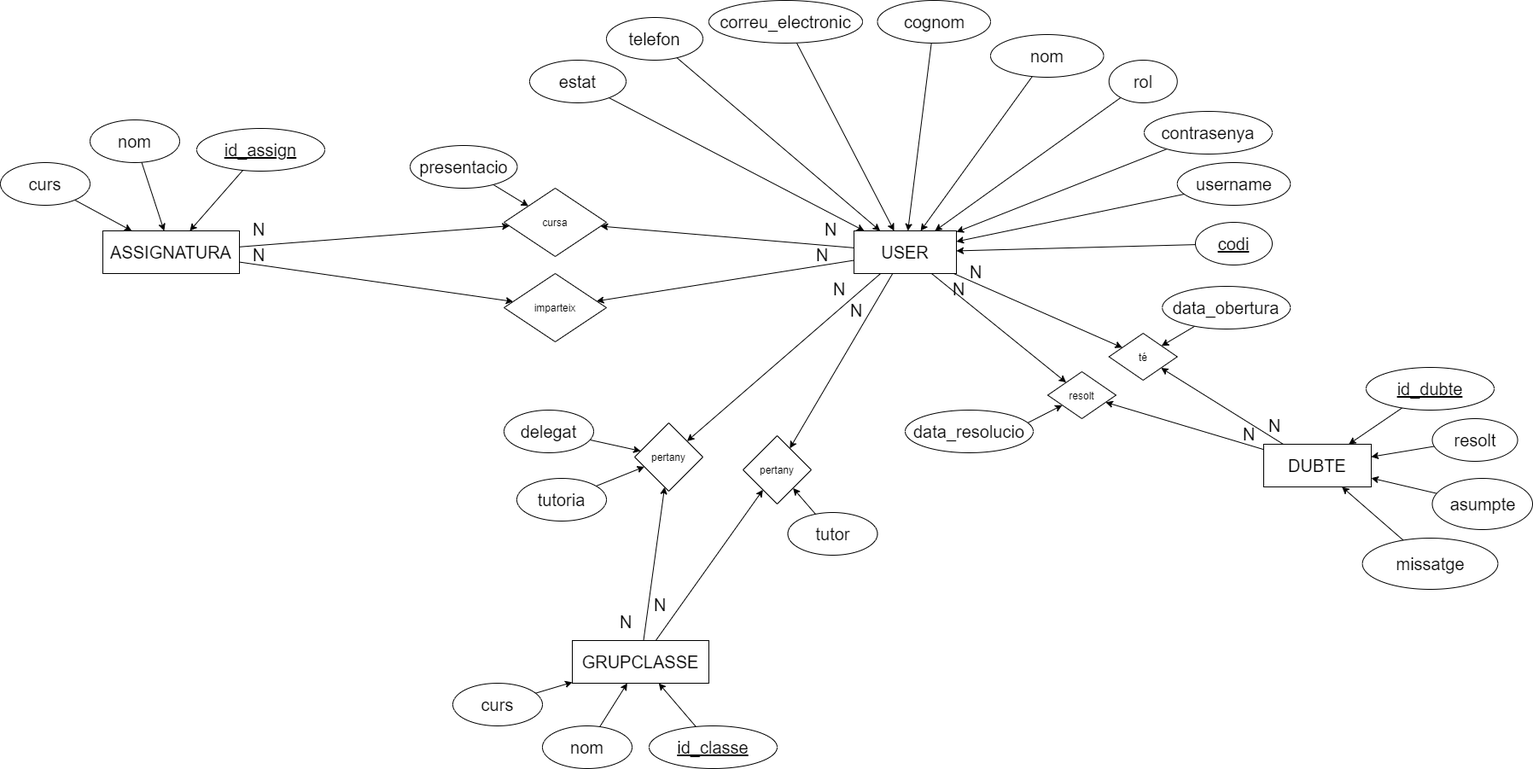
Before: Diagrames/EntitatRelacio.drawio.png, a diagram exported from draw.io (Projecte4-Webs-al-punt/Projecte4-Gestor-de-Torns-Professors). Source tidied: cells renumbered, new cells last; positions are measured from the earlier drawing's top-left corner, leaving out a move shared by most shapes. Its diagram source:
```xml
<mxGraphModel>
  <root>
    <mxCell id="0" />
    <mxCell id="1" parent="0" />
    <mxCell id="2" style="edgeStyle=none;html=1;" parent="1" edge="1" source="7" target="36">
      <mxGeometry relative="1" as="geometry" />
    </mxCell>
    <mxCell id="3" style="edgeStyle=none;html=1;" parent="1" edge="1" source="7" target="68">
      <mxGeometry relative="1" as="geometry" />
    </mxCell>
    <mxCell id="4" style="edgeStyle=none;html=1;" parent="1" edge="1" source="7" target="71">
      <mxGeometry relative="1" as="geometry" />
    </mxCell>
    <mxCell id="5" style="edgeStyle=none;html=1;" parent="1" edge="1" source="7" target="74">
      <mxGeometry relative="1" as="geometry" />
    </mxCell>
    <mxCell id="6" style="edgeStyle=none;html=1;" parent="1" edge="1" source="7" target="79">
      <mxGeometry relative="1" as="geometry" />
    </mxCell>
    <mxCell id="7" value="&lt;font style=&quot;font-size: 20px&quot;&gt;USER&lt;/font&gt;" style="whiteSpace=wrap;html=1;align=center;" parent="1" vertex="1">
      <mxGeometry x="1000" y="270" width="120" height="50" as="geometry" />
    </mxCell>
    <mxCell id="8" style="edgeStyle=none;html=1;" parent="1" edge="1" source="9" target="7">
      <mxGeometry relative="1" as="geometry" />
    </mxCell>
    <mxCell id="9" value="codi" style="ellipse;whiteSpace=wrap;html=1;align=center;fontStyle=4;fontSize=20;" parent="1" vertex="1">
      <mxGeometry x="1400" y="260" width="90" height="50" as="geometry" />
    </mxCell>
    <mxCell id="10" style="edgeStyle=none;html=1;" parent="1" edge="1" source="11" target="7">
      <mxGeometry relative="1" as="geometry" />
    </mxCell>
    <mxCell id="11" value="nom" style="ellipse;whiteSpace=wrap;html=1;align=center;fontSize=20;" parent="1" vertex="1">
      <mxGeometry x="1160" y="40" width="132.5" height="50" as="geometry" />
    </mxCell>
    <mxCell id="12" style="edgeStyle=none;html=1;" parent="1" edge="1" source="13" target="7">
      <mxGeometry relative="1" as="geometry" />
    </mxCell>
    <mxCell id="13" value="correu_electronic" style="ellipse;whiteSpace=wrap;html=1;align=center;fontSize=20;" parent="1" vertex="1">
      <mxGeometry x="830" width="180" height="50" as="geometry" />
    </mxCell>
    <mxCell id="14" style="edgeStyle=none;html=1;" parent="1" edge="1" source="15" target="7">
      <mxGeometry relative="1" as="geometry" />
    </mxCell>
    <mxCell id="15" value="telefon" style="ellipse;whiteSpace=wrap;html=1;align=center;fontSize=20;" parent="1" vertex="1">
      <mxGeometry x="710" y="20" width="113" height="50" as="geometry" />
    </mxCell>
    <mxCell id="16" style="edgeStyle=none;html=1;" parent="1" edge="1" source="17" target="7">
      <mxGeometry relative="1" as="geometry" />
    </mxCell>
    <mxCell id="17" value="contrasenya" style="ellipse;whiteSpace=wrap;html=1;align=center;fontSize=20;" parent="1" vertex="1">
      <mxGeometry x="1340" y="130" width="150" height="50" as="geometry" />
    </mxCell>
    <mxCell id="18" style="edgeStyle=none;html=1;" parent="1" edge="1" source="19" target="7">
      <mxGeometry relative="1" as="geometry" />
    </mxCell>
    <mxCell id="19" value="rol" style="ellipse;whiteSpace=wrap;html=1;align=center;fontSize=20;" parent="1" vertex="1">
      <mxGeometry x="1298.8" y="70" width="80" height="50" as="geometry" />
    </mxCell>
    <mxCell id="20" style="edgeStyle=none;html=1;" parent="1" edge="1" source="21" target="7">
      <mxGeometry relative="1" as="geometry" />
    </mxCell>
    <mxCell id="21" value="cognom" style="ellipse;whiteSpace=wrap;html=1;align=center;fontSize=20;" parent="1" vertex="1">
      <mxGeometry x="1027.5" width="132.5" height="50" as="geometry" />
    </mxCell>
    <mxCell id="22" style="edgeStyle=none;html=1;" parent="1" edge="1" source="23" target="7">
      <mxGeometry relative="1" as="geometry" />
    </mxCell>
    <mxCell id="23" value="estat" style="ellipse;whiteSpace=wrap;html=1;align=center;fontSize=20;" parent="1" vertex="1">
      <mxGeometry x="620" y="70" width="113" height="50" as="geometry" />
    </mxCell>
    <mxCell id="24" style="edgeStyle=none;html=1;" parent="1" edge="1" source="25" target="7">
      <mxGeometry relative="1" as="geometry" />
    </mxCell>
    <mxCell id="25" value="username" style="ellipse;whiteSpace=wrap;html=1;align=center;fontSize=20;" parent="1" vertex="1">
      <mxGeometry x="1378.8" y="190" width="132.5" height="50" as="geometry" />
    </mxCell>
    <mxCell id="26" style="edgeStyle=none;html=1;" parent="1" edge="1" source="29" target="36">
      <mxGeometry relative="1" as="geometry" />
    </mxCell>
    <mxCell id="27" style="edgeStyle=none;html=1;" parent="1" edge="1" source="7" target="48">
      <mxGeometry relative="1" as="geometry" />
    </mxCell>
    <mxCell id="28" style="edgeStyle=none;html=1;" parent="1" edge="1" source="29" target="71">
      <mxGeometry relative="1" as="geometry" />
    </mxCell>
    <mxCell id="29" value="&lt;font style=&quot;font-size: 20px&quot;&gt;ASSIGNATURA&lt;/font&gt;" style="whiteSpace=wrap;html=1;align=center;" parent="1" vertex="1">
      <mxGeometry x="120" y="270" width="160" height="50" as="geometry" />
    </mxCell>
    <mxCell id="30" style="edgeStyle=none;html=1;" parent="1" edge="1" source="31" target="29">
      <mxGeometry relative="1" as="geometry" />
    </mxCell>
    <mxCell id="31" value="id_assign" style="ellipse;whiteSpace=wrap;html=1;align=center;fontStyle=4;fontSize=20;" parent="1" vertex="1">
      <mxGeometry x="230" y="150" width="150" height="50" as="geometry" />
    </mxCell>
    <mxCell id="32" style="edgeStyle=none;html=1;" parent="1" edge="1" source="33" target="29">
      <mxGeometry relative="1" as="geometry" />
    </mxCell>
    <mxCell id="33" value="nom" style="ellipse;whiteSpace=wrap;html=1;align=center;fontSize=20;" parent="1" vertex="1">
      <mxGeometry x="105" y="140" width="105" height="50" as="geometry" />
    </mxCell>
    <mxCell id="34" style="edgeStyle=none;html=1;" parent="1" edge="1" source="35" target="29">
      <mxGeometry relative="1" as="geometry" />
    </mxCell>
    <mxCell id="35" value="curs" style="ellipse;whiteSpace=wrap;html=1;align=center;fontSize=20;" parent="1" vertex="1">
      <mxGeometry y="190" width="105" height="50" as="geometry" />
    </mxCell>
    <mxCell id="36" value="cursa" style="rhombus;whiteSpace=wrap;html=1;" parent="1" vertex="1">
      <mxGeometry x="590" y="220" width="120" height="80" as="geometry" />
    </mxCell>
    <mxCell id="37" style="edgeStyle=none;html=1;" parent="1" edge="1" source="38" target="36">
      <mxGeometry relative="1" as="geometry" />
    </mxCell>
    <mxCell id="38" value="presentacio" style="ellipse;whiteSpace=wrap;html=1;align=center;fontSize=20;" parent="1" vertex="1">
      <mxGeometry x="480" y="170" width="125.5" height="50" as="geometry" />
    </mxCell>
    <mxCell id="39" style="edgeStyle=none;html=1;" parent="1" edge="1" source="41" target="48">
      <mxGeometry relative="1" as="geometry" />
    </mxCell>
    <mxCell id="40" style="edgeStyle=none;html=1;" parent="1" edge="1" source="41" target="74">
      <mxGeometry relative="1" as="geometry" />
    </mxCell>
    <mxCell id="41" value="&lt;font style=&quot;font-size: 20px&quot;&gt;GRUPCLASSE&lt;/font&gt;" style="whiteSpace=wrap;html=1;align=center;" parent="1" vertex="1">
      <mxGeometry x="670" y="750" width="160" height="50" as="geometry" />
    </mxCell>
    <mxCell id="42" style="edgeStyle=none;html=1;" parent="1" edge="1" source="43" target="41">
      <mxGeometry relative="1" as="geometry" />
    </mxCell>
    <mxCell id="43" value="nom" style="ellipse;whiteSpace=wrap;html=1;align=center;fontSize=20;" parent="1" vertex="1">
      <mxGeometry x="635" y="850" width="105" height="50" as="geometry" />
    </mxCell>
    <mxCell id="44" style="edgeStyle=none;html=1;" parent="1" edge="1" source="45" target="41">
      <mxGeometry relative="1" as="geometry" />
    </mxCell>
    <mxCell id="45" value="id_classe" style="ellipse;whiteSpace=wrap;html=1;align=center;fontStyle=4;fontSize=20;" parent="1" vertex="1">
      <mxGeometry x="760" y="850" width="150" height="50" as="geometry" />
    </mxCell>
    <mxCell id="46" style="edgeStyle=none;html=1;" parent="1" edge="1" source="47" target="41">
      <mxGeometry relative="1" as="geometry" />
    </mxCell>
    <mxCell id="47" value="curs" style="ellipse;whiteSpace=wrap;html=1;align=center;fontSize=20;" parent="1" vertex="1">
      <mxGeometry x="530" y="800" width="105" height="50" as="geometry" />
    </mxCell>
    <mxCell id="48" value="pertany" style="rhombus;whiteSpace=wrap;html=1;" parent="1" vertex="1">
      <mxGeometry x="743" y="495" width="80" height="80" as="geometry" />
    </mxCell>
    <mxCell id="49" style="edgeStyle=none;html=1;" parent="1" edge="1" source="50" target="48">
      <mxGeometry relative="1" as="geometry" />
    </mxCell>
    <mxCell id="50" value="tutoria" style="ellipse;whiteSpace=wrap;html=1;align=center;fontSize=20;" parent="1" vertex="1">
      <mxGeometry x="605" y="560" width="105" height="50" as="geometry" />
    </mxCell>
    <mxCell id="51" style="edgeStyle=none;html=1;" parent="1" edge="1" source="52" target="48">
      <mxGeometry relative="1" as="geometry" />
    </mxCell>
    <mxCell id="52" value="delegat" style="ellipse;whiteSpace=wrap;html=1;align=center;fontSize=20;" parent="1" vertex="1">
      <mxGeometry x="590" y="480" width="105" height="50" as="geometry" />
    </mxCell>
    <mxCell id="53" value="N" style="text;strokeColor=none;fillColor=none;spacingLeft=4;spacingRight=4;overflow=hidden;fontSize=20;" parent="1" vertex="1">
      <mxGeometry x="290" y="250" width="40" height="30" as="geometry" />
    </mxCell>
    <mxCell id="54" value="N" style="text;strokeColor=none;fillColor=none;spacingLeft=4;spacingRight=4;overflow=hidden;fontSize=20;" parent="1" vertex="1">
      <mxGeometry x="960" y="250" width="40" height="30" as="geometry" />
    </mxCell>
    <mxCell id="55" value="N" style="text;strokeColor=none;fillColor=none;spacingLeft=4;spacingRight=4;overflow=hidden;fontSize=20;" parent="1" vertex="1">
      <mxGeometry x="720" y="710" width="40" height="30" as="geometry" />
    </mxCell>
    <mxCell id="56" value="N" style="text;strokeColor=none;fillColor=none;spacingLeft=4;spacingRight=4;overflow=hidden;fontSize=20;" parent="1" vertex="1">
      <mxGeometry x="970" y="320" width="40" height="30" as="geometry" />
    </mxCell>
    <mxCell id="57" style="edgeStyle=none;html=1;" parent="1" edge="1" source="58" target="61">
      <mxGeometry relative="1" as="geometry" />
    </mxCell>
    <mxCell id="58" value="resolt" style="ellipse;whiteSpace=wrap;html=1;align=center;fontSize=20;" parent="1" vertex="1">
      <mxGeometry x="1677.5" y="490" width="100" height="50" as="geometry" />
    </mxCell>
    <mxCell id="59" style="edgeStyle=none;html=1;" parent="1" edge="1" source="61" target="68">
      <mxGeometry relative="1" as="geometry" />
    </mxCell>
    <mxCell id="60" style="edgeStyle=none;html=1;" parent="1" edge="1" source="61" target="79">
      <mxGeometry relative="1" as="geometry" />
    </mxCell>
    <mxCell id="61" value="&lt;font style=&quot;font-size: 20px&quot;&gt;DUBTE&lt;/font&gt;" style="whiteSpace=wrap;html=1;align=center;" parent="1" vertex="1">
      <mxGeometry x="1480" y="520" width="126" height="50" as="geometry" />
    </mxCell>
    <mxCell id="62" style="edgeStyle=none;html=1;" parent="1" edge="1" source="63" target="61">
      <mxGeometry relative="1" as="geometry" />
    </mxCell>
    <mxCell id="63" value="id_dubte" style="ellipse;whiteSpace=wrap;html=1;align=center;fontStyle=4;fontSize=20;" parent="1" vertex="1">
      <mxGeometry x="1600" y="430" width="150" height="50" as="geometry" />
    </mxCell>
    <mxCell id="64" style="edgeStyle=none;html=1;" parent="1" edge="1" source="65" target="61">
      <mxGeometry relative="1" as="geometry" />
    </mxCell>
    <mxCell id="65" value="asumpte" style="ellipse;whiteSpace=wrap;html=1;align=center;fontSize=20;" parent="1" vertex="1">
      <mxGeometry x="1677.5" y="560" width="117.5" height="60" as="geometry" />
    </mxCell>
    <mxCell id="66" style="edgeStyle=none;html=1;" parent="1" edge="1" source="67" target="61">
      <mxGeometry relative="1" as="geometry" />
    </mxCell>
    <mxCell id="67" value="missatge" style="ellipse;whiteSpace=wrap;html=1;align=center;fontSize=20;" parent="1" vertex="1">
      <mxGeometry x="1595.6" y="630" width="158.8" height="60" as="geometry" />
    </mxCell>
    <mxCell id="68" value="té" style="rhombus;whiteSpace=wrap;html=1;" parent="1" vertex="1">
      <mxGeometry x="1298.8" y="390" width="80" height="55" as="geometry" />
    </mxCell>
    <mxCell id="69" value="N" style="text;strokeColor=none;fillColor=none;spacingLeft=4;spacingRight=4;overflow=hidden;fontSize=20;" parent="1" vertex="1">
      <mxGeometry x="1480" y="480" width="40" height="30" as="geometry" />
    </mxCell>
    <mxCell id="70" value="N" style="text;strokeColor=none;fillColor=none;spacingLeft=4;spacingRight=4;overflow=hidden;fontSize=20;" parent="1" vertex="1">
      <mxGeometry x="1130" y="300" width="40" height="30" as="geometry" />
    </mxCell>
    <mxCell id="71" value="imparteix" style="rhombus;whiteSpace=wrap;html=1;" parent="1" vertex="1">
      <mxGeometry x="590" y="320" width="120" height="80" as="geometry" />
    </mxCell>
    <mxCell id="72" value="N" style="text;strokeColor=none;fillColor=none;spacingLeft=4;spacingRight=4;overflow=hidden;fontSize=20;" parent="1" vertex="1">
      <mxGeometry x="950" y="280" width="40" height="30" as="geometry" />
    </mxCell>
    <mxCell id="73" value="N" style="text;strokeColor=none;fillColor=none;spacingLeft=4;spacingRight=4;overflow=hidden;fontSize=20;" parent="1" vertex="1">
      <mxGeometry x="290" y="280" width="40" height="30" as="geometry" />
    </mxCell>
    <mxCell id="74" value="pertany" style="rhombus;whiteSpace=wrap;html=1;" parent="1" vertex="1">
      <mxGeometry x="870" y="510" width="80" height="80" as="geometry" />
    </mxCell>
    <mxCell id="75" style="edgeStyle=none;html=1;" parent="1" edge="1" source="76" target="74">
      <mxGeometry relative="1" as="geometry" />
    </mxCell>
    <mxCell id="76" value="tutor" style="ellipse;whiteSpace=wrap;html=1;align=center;fontSize=20;" parent="1" vertex="1">
      <mxGeometry x="922.5" y="600" width="105" height="50" as="geometry" />
    </mxCell>
    <mxCell id="77" value="N" style="text;strokeColor=none;fillColor=none;spacingLeft=4;spacingRight=4;overflow=hidden;fontSize=20;" parent="1" vertex="1">
      <mxGeometry x="990" y="345" width="40" height="30" as="geometry" />
    </mxCell>
    <mxCell id="78" value="N" style="text;strokeColor=none;fillColor=none;spacingLeft=4;spacingRight=4;overflow=hidden;fontSize=20;" parent="1" vertex="1">
      <mxGeometry x="760" y="690" width="40" height="30" as="geometry" />
    </mxCell>
    <mxCell id="79" value="resolt" style="rhombus;whiteSpace=wrap;html=1;" parent="1" vertex="1">
      <mxGeometry x="1227" y="435" width="80" height="55" as="geometry" />
    </mxCell>
    <mxCell id="80" style="edgeStyle=none;html=1;" parent="1" edge="1" source="81" target="68">
      <mxGeometry relative="1" as="geometry" />
    </mxCell>
    <mxCell id="81" value="data_obertura" style="ellipse;whiteSpace=wrap;html=1;align=center;fontSize=20;" parent="1" vertex="1">
      <mxGeometry x="1361.2" y="335" width="150" height="50" as="geometry" />
    </mxCell>
    <mxCell id="82" style="edgeStyle=none;html=1;exitX=0.5;exitY=1;exitDx=0;exitDy=0;" parent="1" edge="1" source="83" target="79">
      <mxGeometry relative="1" as="geometry" />
    </mxCell>
    <mxCell id="83" value="data_resolucio" style="ellipse;whiteSpace=wrap;html=1;align=center;fontSize=20;" parent="1" vertex="1">
      <mxGeometry x="1060" y="480" width="150" height="50" as="geometry" />
    </mxCell>
    <mxCell id="84" value="N" style="text;strokeColor=none;fillColor=none;spacingLeft=4;spacingRight=4;overflow=hidden;fontSize=20;" parent="1" vertex="1">
      <mxGeometry x="1110" y="320" width="40" height="30" as="geometry" />
    </mxCell>
    <mxCell id="85" value="N" style="text;strokeColor=none;fillColor=none;spacingLeft=4;spacingRight=4;overflow=hidden;fontSize=20;" parent="1" vertex="1">
      <mxGeometry x="1450" y="490" width="40" height="30" as="geometry" />
    </mxCell>
  </root>
</mxGraphModel>
```
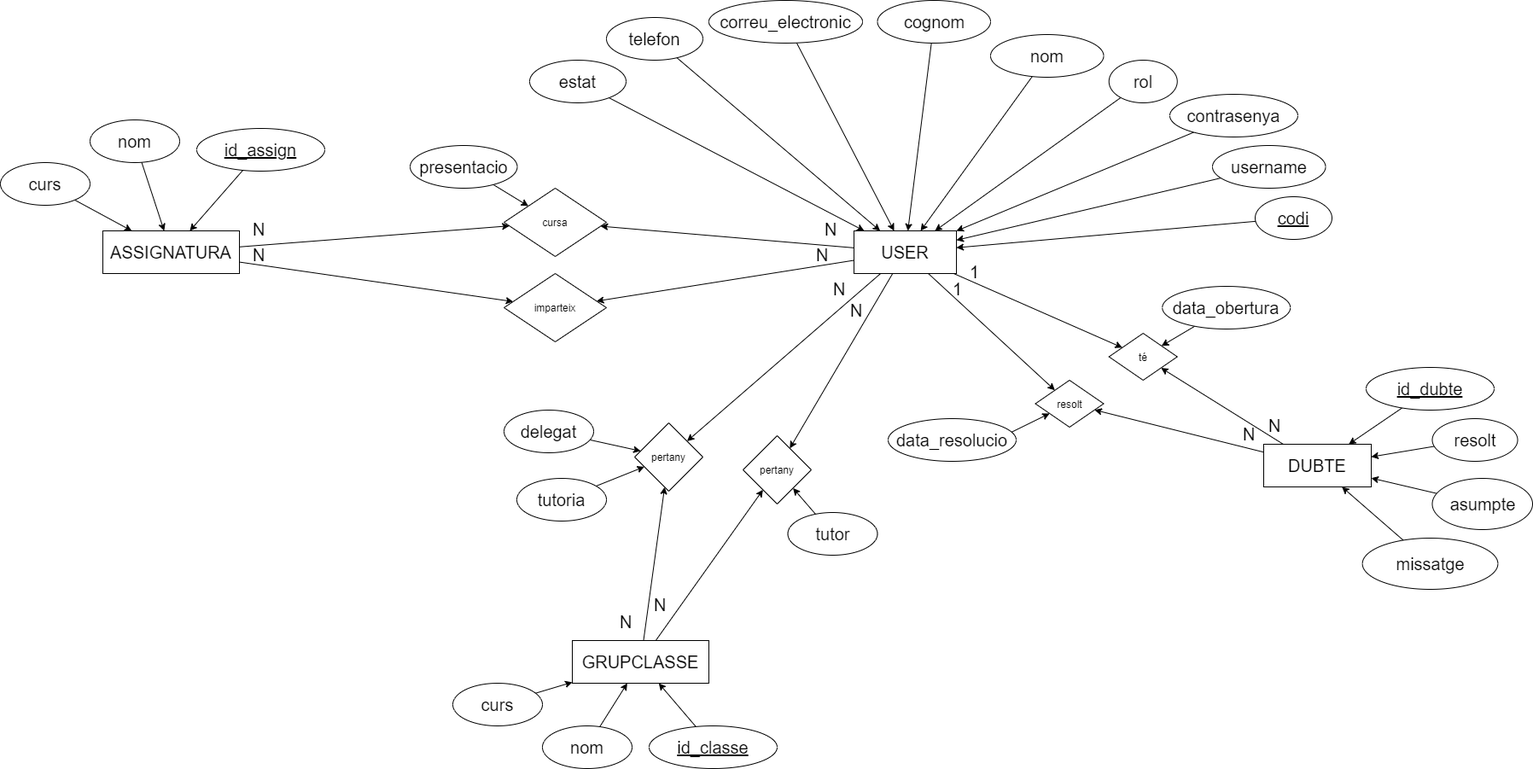
The same diagram one commit later.

Change to the diagram source:
```diff
@@ -24,7 +24,7 @@
       <mxGeometry relative="1" as="geometry" />
     </mxCell>
     <mxCell id="9" value="codi" style="ellipse;whiteSpace=wrap;html=1;align=center;fontStyle=4;fontSize=20;" parent="1" vertex="1">
-      <mxGeometry x="1400" y="260" width="90" height="50" as="geometry" />
+      <mxGeometry x="1470" y="230" width="90" height="50" as="geometry" />
     </mxCell>
     <mxCell id="10" style="edgeStyle=none;html=1;" parent="1" edge="1" source="11" target="7">
       <mxGeometry relative="1" as="geometry" />
@@ -48,7 +48,7 @@
       <mxGeometry relative="1" as="geometry" />
     </mxCell>
     <mxCell id="17" value="contrasenya" style="ellipse;whiteSpace=wrap;html=1;align=center;fontSize=20;" parent="1" vertex="1">
-      <mxGeometry x="1340" y="130" width="150" height="50" as="geometry" />
+      <mxGeometry x="1370" y="110" width="150" height="50" as="geometry" />
     </mxCell>
     <mxCell id="18" style="edgeStyle=none;html=1;" parent="1" edge="1" source="19" target="7">
       <mxGeometry relative="1" as="geometry" />
@@ -72,7 +72,7 @@
       <mxGeometry relative="1" as="geometry" />
     </mxCell>
     <mxCell id="25" value="username" style="ellipse;whiteSpace=wrap;html=1;align=center;fontSize=20;" parent="1" vertex="1">
-      <mxGeometry x="1378.8" y="190" width="132.5" height="50" as="geometry" />
+      <mxGeometry x="1420" y="170" width="132.5" height="50" as="geometry" />
     </mxCell>
     <mxCell id="26" style="edgeStyle=none;html=1;" parent="1" edge="1" source="29" target="36">
       <mxGeometry relative="1" as="geometry" />
@@ -206,7 +206,7 @@
     <mxCell id="69" value="N" style="text;strokeColor=none;fillColor=none;spacingLeft=4;spacingRight=4;overflow=hidden;fontSize=20;" parent="1" vertex="1">
       <mxGeometry x="1480" y="480" width="40" height="30" as="geometry" />
     </mxCell>
-    <mxCell id="70" value="N" style="text;strokeColor=none;fillColor=none;spacingLeft=4;spacingRight=4;overflow=hidden;fontSize=20;" parent="1" vertex="1">
+    <mxCell id="70" value="1" style="text;strokeColor=none;fillColor=none;spacingLeft=4;spacingRight=4;overflow=hidden;fontSize=20;" parent="1" vertex="1">
       <mxGeometry x="1130" y="300" width="40" height="30" as="geometry" />
     </mxCell>
     <mxCell id="71" value="imparteix" style="rhombus;whiteSpace=wrap;html=1;" parent="1" vertex="1">
@@ -234,7 +234,7 @@
       <mxGeometry x="760" y="690" width="40" height="30" as="geometry" />
     </mxCell>
     <mxCell id="79" value="resolt" style="rhombus;whiteSpace=wrap;html=1;" parent="1" vertex="1">
-      <mxGeometry x="1227" y="435" width="80" height="55" as="geometry" />
+      <mxGeometry x="1212.5" y="445" width="80" height="55" as="geometry" />
     </mxCell>
     <mxCell id="80" style="edgeStyle=none;html=1;" parent="1" edge="1" source="81" target="68">
       <mxGeometry relative="1" as="geometry" />
@@ -246,9 +246,9 @@
       <mxGeometry relative="1" as="geometry" />
     </mxCell>
     <mxCell id="83" value="data_resolucio" style="ellipse;whiteSpace=wrap;html=1;align=center;fontSize=20;" parent="1" vertex="1">
-      <mxGeometry x="1060" y="480" width="150" height="50" as="geometry" />
+      <mxGeometry x="1040" y="490" width="150" height="50" as="geometry" />
     </mxCell>
-    <mxCell id="84" value="N" style="text;strokeColor=none;fillColor=none;spacingLeft=4;spacingRight=4;overflow=hidden;fontSize=20;" parent="1" vertex="1">
+    <mxCell id="84" value="1" style="text;strokeColor=none;fillColor=none;spacingLeft=4;spacingRight=4;overflow=hidden;fontSize=20;" parent="1" vertex="1">
       <mxGeometry x="1110" y="320" width="40" height="30" as="geometry" />
     </mxCell>
     <mxCell id="85" value="N" style="text;strokeColor=none;fillColor=none;spacingLeft=4;spacingRight=4;overflow=hidden;fontSize=20;" parent="1" vertex="1">
```
